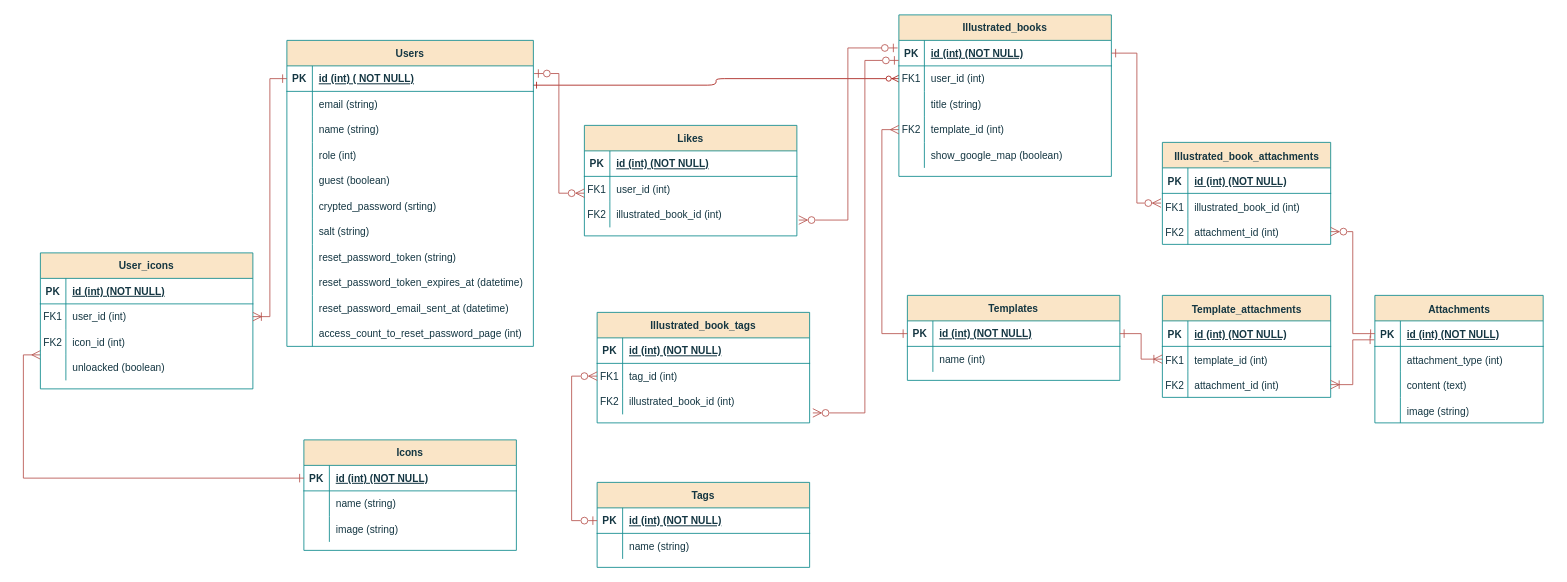
furukoshi12/zukan-create keeps this draw.io diagram as 名称未設定ファイル.drawio. Above is the earlier version. Source tidied: cells renumbered, new cells numbered last; positions are measured from the earlier drawing's top-left corner, leaving out a move shared by most shapes. Both pictures are drawn from the tidied source at 85%, with x=0, y=0 at pixel (23, 14).
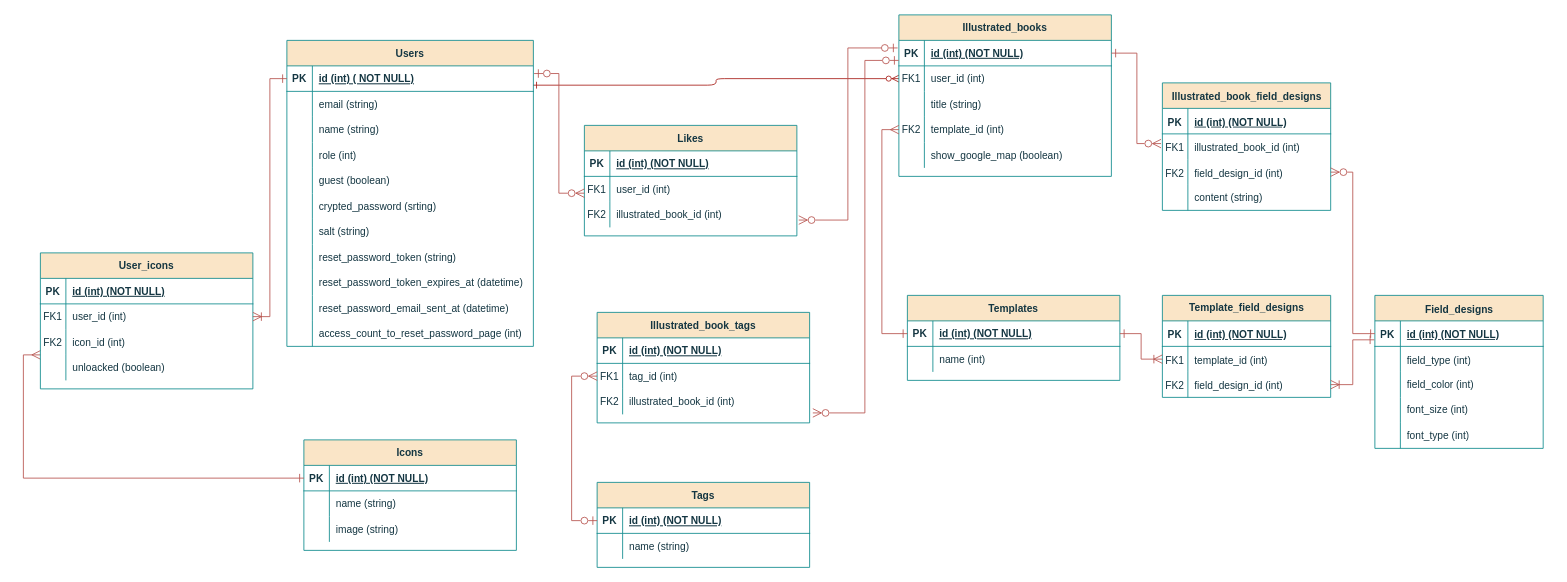
The same diagram, later.

Commit message:
名称未設定ファイル.drawio を更新します

The change refers to these unchanged cells:
```xml
<mxCell id="91" style="shape=tableRow;horizontal=0;startSize=0;swimlaneHead=0;swimlaneBody=0;fillColor=none;top=0;left=0;right=0;bottom=0;strokeColor=#0F8B8D;fontSize=16;fontColor=#143642;" parent="87" vertex="1">
  <mxGeometry y="60" width="198" height="30" as="geometry" />
</mxCell>
<mxCell id="123" style="shape=tableRow;horizontal=0;startSize=0;swimlaneHead=0;swimlaneBody=0;fillColor=none;points=[[0,0.5],[1,0.5]];portConstraint=eastwest;top=0;left=0;right=0;bottom=0;strokeColor=#0F8B8D;fontSize=16;fontColor=#143642;" parent="116" vertex="1">
  <mxGeometry y="90" width="198" height="30" as="geometry" />
</mxCell>
<mxCell id="135" style="shape=tableRow;horizontal=0;startSize=0;swimlaneHead=0;swimlaneBody=0;fillColor=none;points=[[0,0.5],[1,0.5]];portConstraint=eastwest;top=0;left=0;right=0;bottom=0;strokeColor=#0F8B8D;fontSize=16;fontColor=#143642;" parent="128" vertex="1">
  <mxGeometry y="90" width="198" height="30" as="geometry" />
</mxCell>
```

Diff of the diagram source:
```diff
@@
-    <mxCell id="87" value="&lt;span style=&quot;font-size: 12px;&quot;&gt;Attachments&lt;/span&gt;" style="shape=table;startSize=30;childLayout=tableLayout;rowLines=0;fontStyle=1;align=center;html=1;strokeColor=#0F8B8D;fontSize=16;fontColor=#143642;fillColor=#FAE5C7;" parent="1" vertex="1">
-      <mxGeometry x="1590" y="330" width="198" height="150" as="geometry" />
+    <mxCell id="87" value="&lt;span style=&quot;font-size: 12px;&quot;&gt;Field_designs&lt;/span&gt;" style="shape=table;startSize=30;childLayout=tableLayout;rowLines=0;fontStyle=1;align=center;html=1;strokeColor=#0F8B8D;fontSize=16;fontColor=#143642;fillColor=#FAE5C7;" parent="1" vertex="1">
+      <mxGeometry x="1590" y="330" width="198" height="180" as="geometry" />
     </mxCell>
@@
-    <mxCell id="93" value="&lt;font style=&quot;font-size: 12px;&quot;&gt;attachment_type (int)&lt;/font&gt;" style="shape=partialRectangle;fillColor=none;top=0;left=0;bottom=0;right=0;align=left;spacingLeft=6;overflow=hidden;whiteSpace=wrap;html=1;strokeColor=#0F8B8D;fontSize=16;fontColor=#143642;" parent="91" vertex="1">
+    <mxCell id="93" value="&lt;font style=&quot;font-size: 12px;&quot;&gt;field_type (int)&lt;/font&gt;" style="shape=partialRectangle;fillColor=none;top=0;left=0;bottom=0;right=0;align=left;spacingLeft=6;overflow=hidden;whiteSpace=wrap;html=1;strokeColor=#0F8B8D;fontSize=16;fontColor=#143642;" parent="91" vertex="1">
       <mxGeometry x="30" width="168" height="30" as="geometry" />
     </mxCell>
-    <mxCell id="94" style="shape=tableRow;horizontal=0;startSize=0;swimlaneHead=0;swimlaneBody=0;fillColor=none;top=0;left=0;right=0;bottom=0;strokeColor=#0F8B8D;fontSize=16;fontColor=#143642;" parent="87" vertex="1">
-      <mxGeometry y="90" width="198" height="30" as="geometry" />
-    </mxCell>
-    <mxCell id="95" style="shape=partialRectangle;fillColor=none;top=0;left=0;bottom=0;right=0;overflow=hidden;whiteSpace=wrap;html=1;strokeColor=#0F8B8D;fontSize=16;fontColor=#143642;" parent="94" vertex="1">
-      <mxGeometry width="30" height="30" as="geometry" />
-    </mxCell>
-    <mxCell id="96" value="&lt;font style=&quot;font-size: 12px;&quot;&gt;content (text)&lt;/font&gt;" style="shape=partialRectangle;fillColor=none;top=0;left=0;bottom=0;right=0;align=left;spacingLeft=6;overflow=hidden;whiteSpace=wrap;html=1;strokeColor=#0F8B8D;fontSize=16;fontColor=#143642;" parent="94" vertex="1">
-      <mxGeometry x="30" width="168" height="30" as="geometry" />
-    </mxCell>
     <mxCell id="97" style="shape=tableRow;horizontal=0;startSize=0;swimlaneHead=0;swimlaneBody=0;fillColor=none;top=0;left=0;right=0;bottom=0;strokeColor=#0F8B8D;fontSize=16;fontColor=#143642;" parent="87" vertex="1">
-      <mxGeometry y="120" width="198" height="30" as="geometry" />
+      <mxGeometry y="90" width="198" height="30" as="geometry" />
     </mxCell>
@@
-    <mxCell id="99" value="&lt;font style=&quot;font-size: 12px;&quot;&gt;image (string)&lt;/font&gt;" style="shape=partialRectangle;fillColor=none;top=0;left=0;bottom=0;right=0;align=left;spacingLeft=6;overflow=hidden;whiteSpace=wrap;html=1;strokeColor=#0F8B8D;fontSize=16;fontColor=#143642;" parent="97" vertex="1">
+    <mxCell id="99" value="field_color (int)" style="shape=partialRectangle;fillColor=none;top=0;left=0;bottom=0;right=0;align=left;spacingLeft=6;overflow=hidden;whiteSpace=wrap;html=1;strokeColor=#0F8B8D;fontSize=12;fontColor=#143642;" parent="97" vertex="1">
       <mxGeometry x="30" width="168" height="30" as="geometry" />
     </mxCell>
+    <mxCell id="154" style="shape=tableRow;horizontal=0;startSize=0;swimlaneHead=0;swimlaneBody=0;fillColor=none;top=0;left=0;right=0;bottom=0;strokeColor=#0F8B8D;fontSize=16;fontColor=#143642;" parent="87" vertex="1">
+      <mxGeometry y="120" width="198" height="30" as="geometry" />
+    </mxCell>
+    <mxCell id="155" style="shape=partialRectangle;fillColor=none;top=0;left=0;bottom=0;right=0;overflow=hidden;whiteSpace=wrap;html=1;strokeColor=#0F8B8D;fontSize=16;fontColor=#143642;" parent="154" vertex="1">
+      <mxGeometry width="30" height="30" as="geometry" />
+    </mxCell>
+    <mxCell id="156" value="font_size (int)" style="shape=partialRectangle;fillColor=none;top=0;left=0;bottom=0;right=0;align=left;spacingLeft=6;overflow=hidden;whiteSpace=wrap;html=1;strokeColor=#0F8B8D;fontSize=12;fontColor=#143642;" parent="154" vertex="1">
+      <mxGeometry x="30" width="168" height="30" as="geometry" />
+    </mxCell>
+    <mxCell id="157" style="shape=tableRow;horizontal=0;startSize=0;swimlaneHead=0;swimlaneBody=0;fillColor=none;top=0;left=0;right=0;bottom=0;strokeColor=#0F8B8D;fontSize=16;fontColor=#143642;" parent="87" vertex="1">
+      <mxGeometry y="150" width="198" height="30" as="geometry" />
+    </mxCell>
+    <mxCell id="158" style="shape=partialRectangle;fillColor=none;top=0;left=0;bottom=0;right=0;overflow=hidden;whiteSpace=wrap;html=1;strokeColor=#0F8B8D;fontSize=16;fontColor=#143642;" parent="157" vertex="1">
+      <mxGeometry width="30" height="30" as="geometry" />
+    </mxCell>
+    <mxCell id="159" value="font_type (int)" style="shape=partialRectangle;fillColor=none;top=0;left=0;bottom=0;right=0;align=left;spacingLeft=6;overflow=hidden;whiteSpace=wrap;html=1;strokeColor=#0F8B8D;fontSize=12;fontColor=#143642;" parent="157" vertex="1">
+      <mxGeometry x="30" width="168" height="30" as="geometry" />
+    </mxCell>
@@
-    <mxCell id="116" value="&lt;span style=&quot;font-size: 12px;&quot;&gt;Template_attachments&lt;/span&gt;" style="shape=table;startSize=30;childLayout=tableLayout;rowLines=0;fontStyle=1;align=center;html=1;strokeColor=#0F8B8D;fontSize=16;fontColor=#143642;fillColor=#FAE5C7;" parent="1" vertex="1">
+    <mxCell id="116" value="&lt;span style=&quot;font-size: 12px;&quot;&gt;Template_field_designs&lt;/span&gt;" style="shape=table;startSize=30;childLayout=tableLayout;rowLines=0;fontStyle=1;align=center;html=1;strokeColor=#0F8B8D;fontSize=12;fontColor=#143642;fillColor=#FAE5C7;" parent="1" vertex="1">
       <mxGeometry x="1340" y="330" width="198" height="120" as="geometry" />
     </mxCell>
@@
-    <mxCell id="125" value="&lt;font style=&quot;font-size: 12px;&quot;&gt;attachment_id (int)&lt;/font&gt;" style="shape=partialRectangle;fillColor=none;top=0;left=0;bottom=0;right=0;align=left;spacingLeft=6;overflow=hidden;whiteSpace=wrap;html=1;strokeColor=#0F8B8D;fontSize=16;fontColor=#143642;" parent="123" vertex="1">
+    <mxCell id="125" value="&lt;font style=&quot;font-size: 12px;&quot;&gt;field_design_id (int)&lt;/font&gt;" style="shape=partialRectangle;fillColor=none;top=0;left=0;bottom=0;right=0;align=left;spacingLeft=6;overflow=hidden;whiteSpace=wrap;html=1;strokeColor=#0F8B8D;fontSize=16;fontColor=#143642;" parent="123" vertex="1">
       <mxGeometry x="30" width="168" height="30" as="geometry" />
     </mxCell>
@@
-    <mxCell id="128" value="&lt;span style=&quot;font-size: 12px;&quot;&gt;Illustrated_book_attachments&lt;/span&gt;" style="shape=table;startSize=30;childLayout=tableLayout;rowLines=0;fontStyle=1;align=center;html=1;strokeColor=#0F8B8D;fontSize=16;fontColor=#143642;fillColor=#FAE5C7;" parent="1" vertex="1">
-      <mxGeometry x="1340" y="150" width="198" height="120" as="geometry" />
+    <mxCell id="128" value="&lt;span style=&quot;font-size: 12px;&quot;&gt;Illustrated_book_field_designs&lt;/span&gt;" style="shape=table;startSize=30;childLayout=tableLayout;rowLines=0;fontStyle=1;align=center;html=1;strokeColor=#0F8B8D;fontSize=16;fontColor=#143642;fillColor=#FAE5C7;" parent="1" vertex="1">
+      <mxGeometry x="1340" y="80" width="198" height="150" as="geometry" />
     </mxCell>
@@
-    <mxCell id="137" value="&lt;font style=&quot;font-size: 12px;&quot;&gt;attachment_id (int)&lt;/font&gt;" style="shape=partialRectangle;fillColor=none;top=0;left=0;bottom=0;right=0;align=left;spacingLeft=6;overflow=hidden;whiteSpace=wrap;html=1;strokeColor=#0F8B8D;fontSize=16;fontColor=#143642;" parent="135" vertex="1">
+    <mxCell id="137" value="&lt;font style=&quot;font-size: 12px;&quot;&gt;field_design_id (int)&lt;/font&gt;" style="shape=partialRectangle;fillColor=none;top=0;left=0;bottom=0;right=0;align=left;spacingLeft=6;overflow=hidden;whiteSpace=wrap;html=1;strokeColor=#0F8B8D;fontSize=16;fontColor=#143642;" parent="135" vertex="1">
       <mxGeometry x="30" width="168" height="30" as="geometry" />
     </mxCell>
+    <mxCell id="160" style="shape=tableRow;horizontal=0;startSize=0;swimlaneHead=0;swimlaneBody=0;fillColor=none;top=0;left=0;right=0;bottom=0;strokeColor=#0F8B8D;fontSize=16;fontColor=#143642;" parent="128" vertex="1">
+      <mxGeometry y="120" width="198" height="30" as="geometry" />
+    </mxCell>
+    <mxCell id="161" style="shape=partialRectangle;fillColor=none;top=0;left=0;bottom=0;right=0;overflow=hidden;whiteSpace=wrap;html=1;strokeColor=#0F8B8D;fontSize=16;fontColor=#143642;" parent="160" vertex="1">
+      <mxGeometry width="30" height="30" as="geometry" />
+    </mxCell>
+    <mxCell id="162" value="content (string)" style="shape=partialRectangle;fillColor=none;top=0;left=0;bottom=0;right=0;align=left;spacingLeft=6;overflow=hidden;whiteSpace=wrap;html=1;strokeColor=#0F8B8D;fontSize=12;fontColor=#143642;" parent="160" vertex="1">
+      <mxGeometry x="30" width="168" height="30" as="geometry" />
+    </mxCell>
@@
+    <mxCell id="163" style="shape=tableRow;horizontal=0;startSize=0;swimlaneHead=0;swimlaneBody=0;fillColor=none;top=0;left=0;right=0;bottom=0;strokeColor=#0F8B8D;fontSize=16;fontColor=#143642;" parent="1" vertex="1">
+      <mxGeometry x="1600" y="430" width="198" height="30" as="geometry" />
+    </mxCell>
+    <mxCell id="164" style="shape=partialRectangle;fillColor=none;top=0;left=0;bottom=0;right=0;overflow=hidden;whiteSpace=wrap;html=1;strokeColor=#0F8B8D;fontSize=16;fontColor=#143642;" parent="163" vertex="1">
+      <mxGeometry width="30" height="30" as="geometry" />
+    </mxCell>
```
